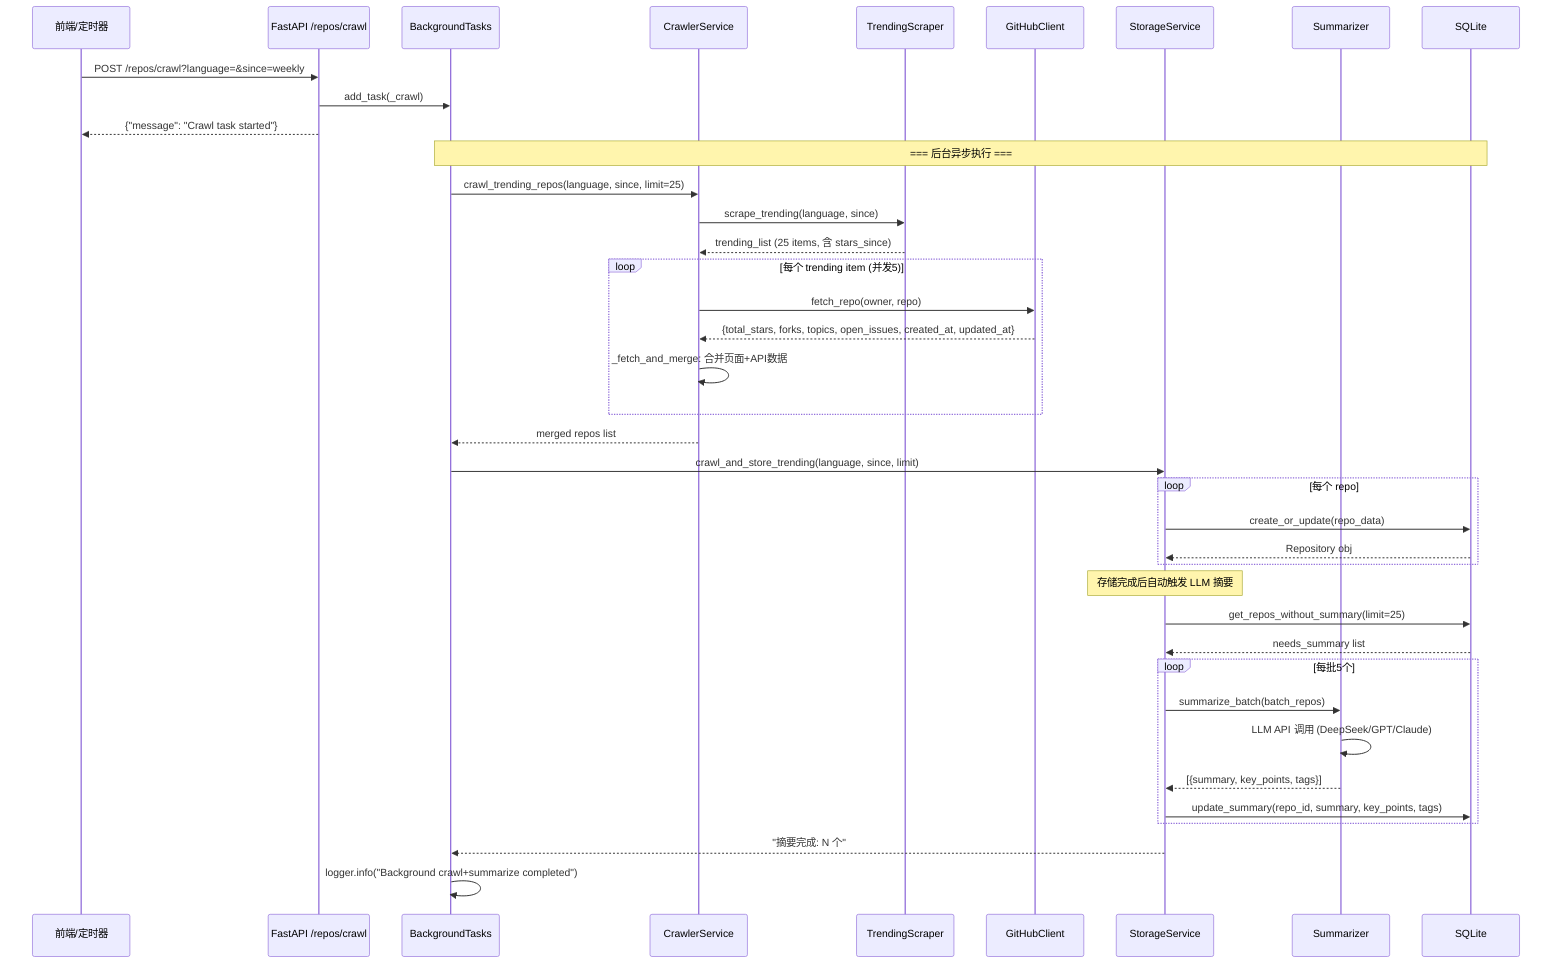
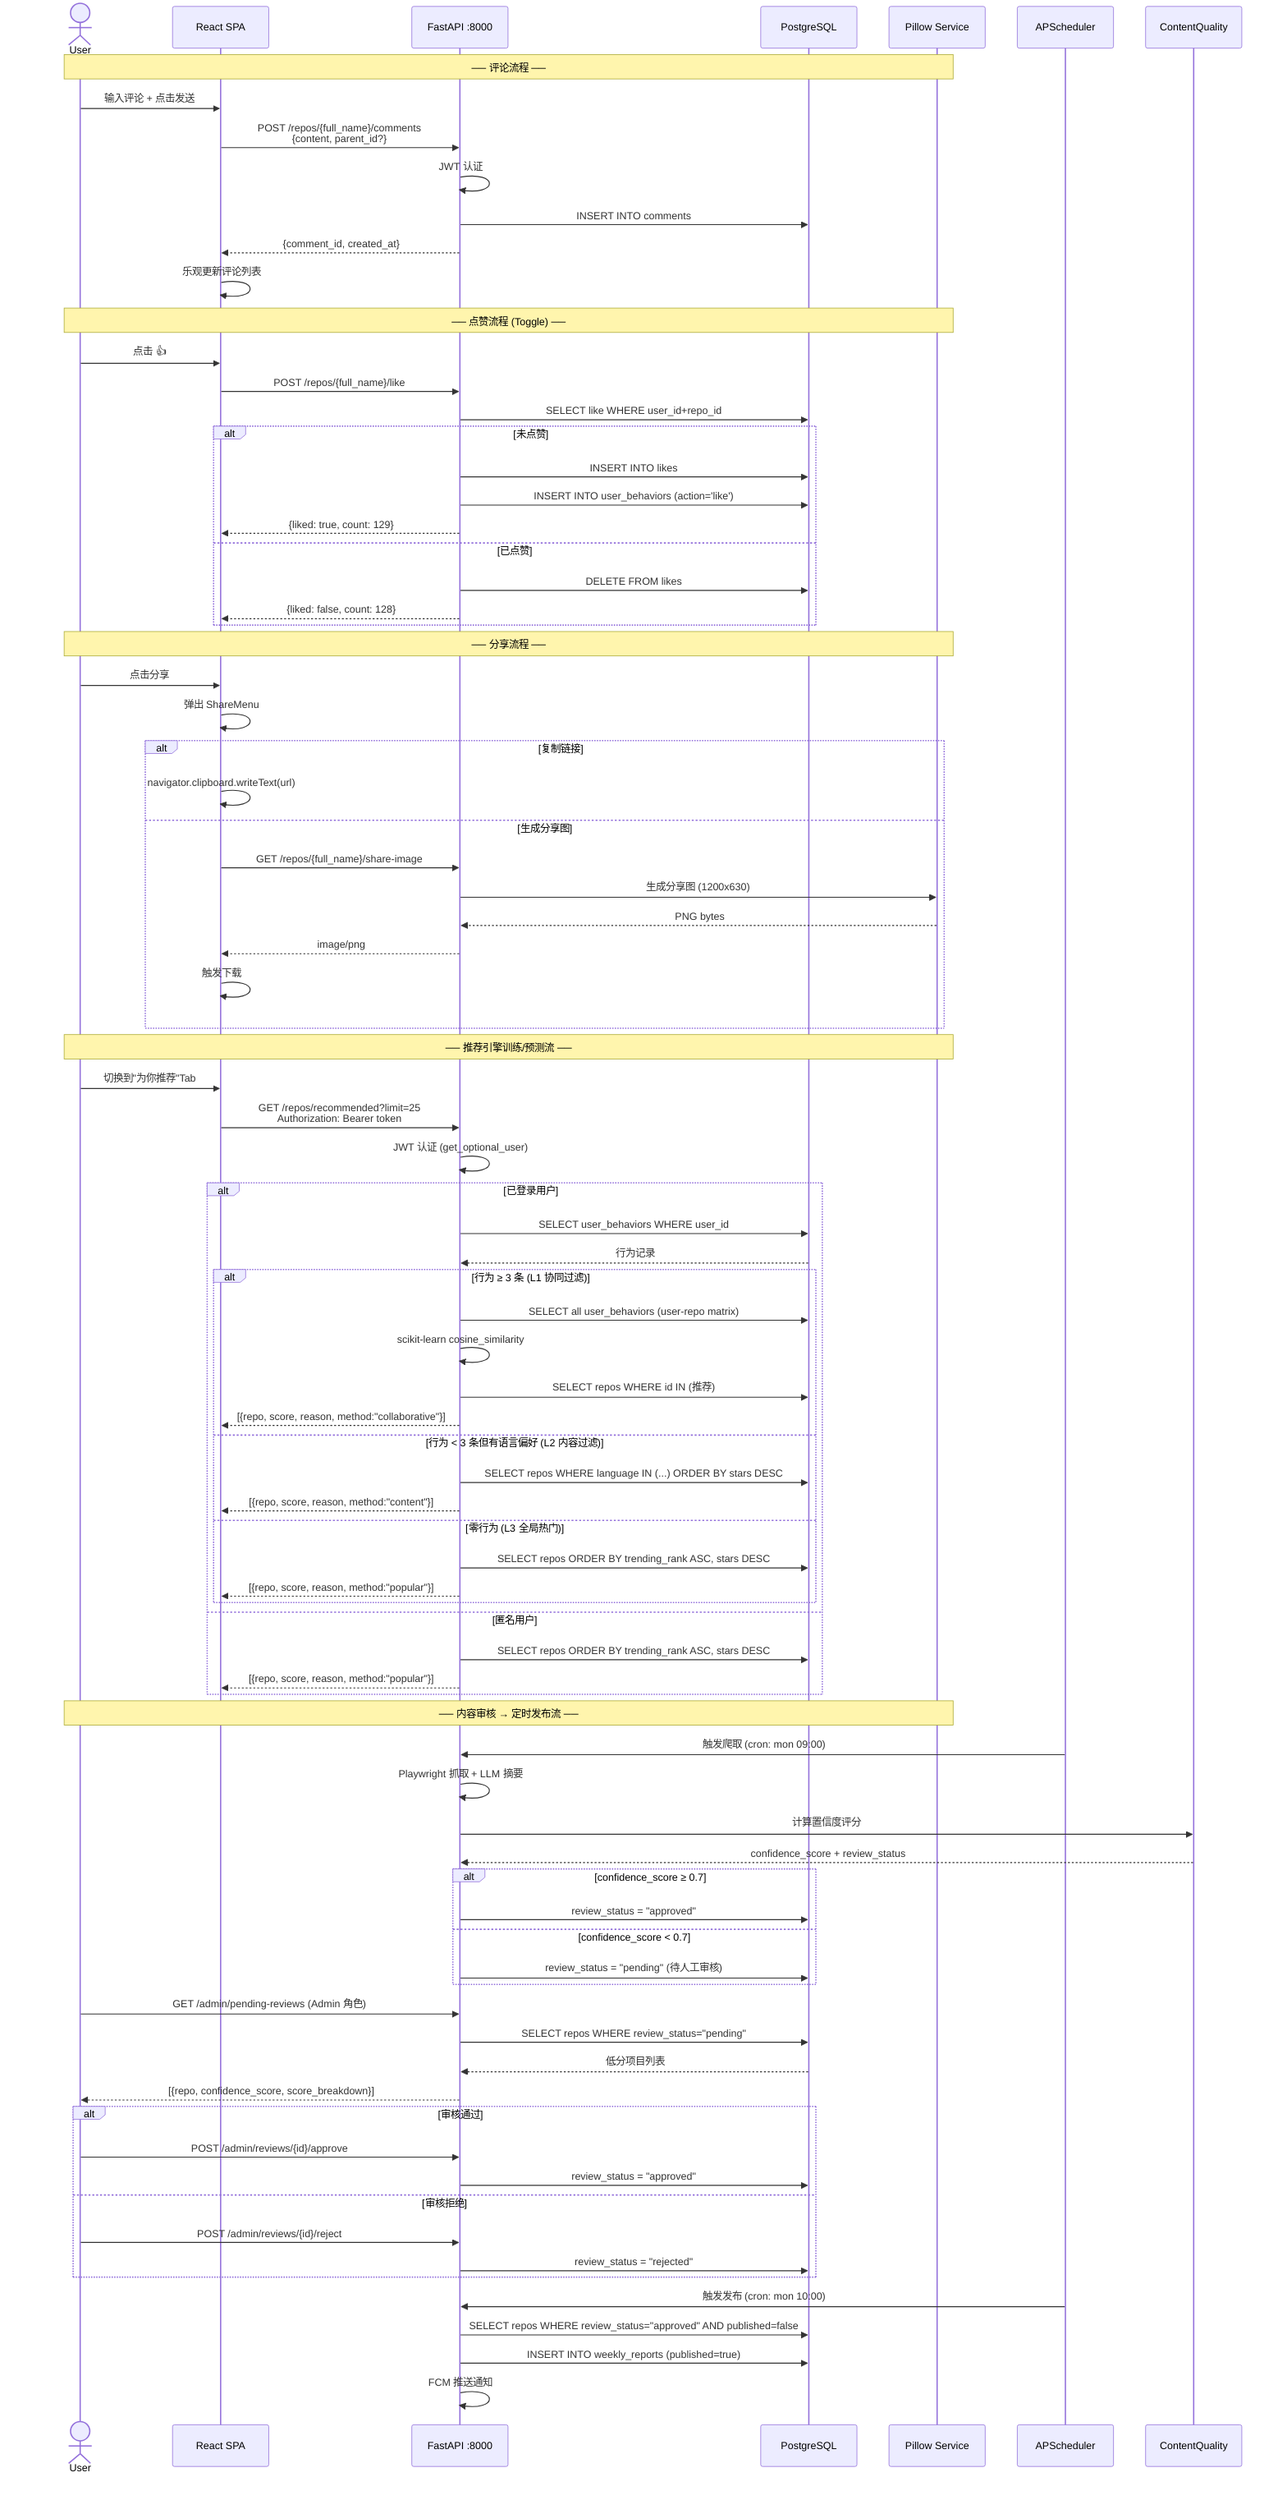
sequenceDiagram
-     participant Client as 前端/定时器
-     participant API as FastAPI /repos/crawl
-     participant BG as BackgroundTasks
-     participant Crawler as CrawlerService
-     participant Scraper as TrendingScraper
-     participant GitHub as GitHubClient
-     participant Storage as StorageService
-     participant Summarizer as Summarizer
-     participant DB as SQLite
+     actor User
+     participant React as React SPA
+     participant API as FastAPI :8000
+     participant DB as PostgreSQL
+     participant Pillow as Pillow Service

-     Client->>API: POST /repos/crawl?language=&since=weekly
-     API->>BG: add_task(_crawl)
-     API-->>Client: {"message": "Crawl task started"}
+     Note over User, Pillow: ── 评论流程 ──

-     Note over BG,DB: === 后台异步执行 ===
+     User->>React: 输入评论 + 点击发送
+     React->>API: POST /repos/{full_name}/comments<br/>{content, parent_id?}
+     API->>API: JWT 认证
+     API->>DB: INSERT INTO comments
+     API-->>React: {comment_id, created_at}
+     React->>React: 乐观更新评论列表

-     BG->>Crawler: crawl_trending_repos(language, since, limit=25)
+     Note over User, Pillow: ── 点赞流程 (Toggle) ──

-     Crawler->>Scraper: scrape_trending(language, since)
-     Scraper-->>Crawler: trending_list (25 items, 含 stars_since)
- 
-     loop 每个 trending item (并发5)
-         Crawler->>GitHub: fetch_repo(owner, repo)
-         GitHub-->>Crawler: {total_stars, forks, topics, open_issues, created_at, updated_at}
-         Crawler->>Crawler: _fetch_and_merge: 合并页面+API数据
+     User->>React: 点击 👍
+     React->>API: POST /repos/{full_name}/like
+     API->>DB: SELECT like WHERE user_id+repo_id
+     alt 未点赞
+         API->>DB: INSERT INTO likes
+         API->>DB: INSERT INTO user_behaviors (action='like')
+         API-->>React: {liked: true, count: 129}
+     else 已点赞
+         API->>DB: DELETE FROM likes
+         API-->>React: {liked: false, count: 128}
    end

-     Crawler-->>BG: merged repos list
+     Note over User, Pillow: ── 分享流程 ──

-     BG->>Storage: crawl_and_store_trending(language, since, limit)
- 
-     loop 每个 repo
-         Storage->>DB: create_or_update(repo_data)
-         DB-->>Storage: Repository obj
+     User->>React: 点击分享
+     React->>React: 弹出 ShareMenu
+     alt 复制链接
+         React->>React: navigator.clipboard.writeText(url)
+     else 生成分享图
+         React->>API: GET /repos/{full_name}/share-image
+         API->>Pillow: 生成分享图 (1200x630)
+         Pillow-->>API: PNG bytes
+         API-->>React: image/png
+         React->>React: 触发下载
    end

-     Note over Storage: 存储完成后自动触发 LLM 摘要
+     Note over User, Pillow: ── 推荐引擎训练/预测流 ──

-     Storage->>DB: get_repos_without_summary(limit=25)
-     DB-->>Storage: needs_summary list
+     User->>React: 切换到"为你推荐"Tab
+     React->>API: GET /repos/recommended?limit=25<br/>Authorization: Bearer token
+     API->>API: JWT 认证 (get_optional_user)

-     loop 每批5个
-         Storage->>Summarizer: summarize_batch(batch_repos)
-         Summarizer->>Summarizer: LLM API 调用 (DeepSeek/GPT/Claude)
-         Summarizer-->>Storage: [{summary, key_points, tags}]
-         Storage->>DB: update_summary(repo_id, summary, key_points, tags)
+     alt 已登录用户
+         API->>DB: SELECT user_behaviors WHERE user_id
+         DB-->>API: 行为记录
+ 
+         alt 行为 ≥ 3 条 (L1 协同过滤)
+             API->>DB: SELECT all user_behaviors (user-repo matrix)
+             API->>API: scikit-learn cosine_similarity
+             API->>DB: SELECT repos WHERE id IN (推荐)
+             API-->>React: [{repo, score, reason, method:"collaborative"}]
+ 
+         else 行为 < 3 条但有语言偏好 (L2 内容过滤)
+             API->>DB: SELECT repos WHERE language IN (...) ORDER BY stars DESC
+             API-->>React: [{repo, score, reason, method:"content"}]
+ 
+         else 零行为 (L3 全局热门)
+             API->>DB: SELECT repos ORDER BY trending_rank ASC, stars DESC
+             API-->>React: [{repo, score, reason, method:"popular"}]
+         end
+ 
+     else 匿名用户
+         API->>DB: SELECT repos ORDER BY trending_rank ASC, stars DESC
+         API-->>React: [{repo, score, reason, method:"popular"}]
    end

-     Storage-->>BG: "摘要完成: N 个"
-     BG->>BG: logger.info("Background crawl+summarize completed")
+     Note over User, Pillow: ── 内容审核 → 定时发布流 ──
+ 
+     participant Scheduler as APScheduler
+     participant Quality as ContentQuality
+ 
+     Scheduler->>API: 触发爬取 (cron: mon 09:00)
+     API->>API: Playwright 抓取 + LLM 摘要
+     API->>Quality: 计算置信度评分
+     Quality-->>API: confidence_score + review_status
+ 
+     alt confidence_score ≥ 0.7
+         API->>DB: review_status = "approved"
+     else confidence_score < 0.7
+         API->>DB: review_status = "pending" (待人工审核)
+     end
+ 
+     User->>API: GET /admin/pending-reviews (Admin 角色)
+     API->>DB: SELECT repos WHERE review_status="pending"
+     DB-->>API: 低分项目列表
+     API-->>User: [{repo, confidence_score, score_breakdown}]
+ 
+     alt 审核通过
+         User->>API: POST /admin/reviews/{id}/approve
+         API->>DB: review_status = "approved"
+     else 审核拒绝
+         User->>API: POST /admin/reviews/{id}/reject
+         API->>DB: review_status = "rejected"
+     end
+ 
+     Scheduler->>API: 触发发布 (cron: mon 10:00)
+     API->>DB: SELECT repos WHERE review_status="approved" AND published=false
+     API->>DB: INSERT INTO weekly_reports (published=true)
+     API->>API: FCM 推送通知
